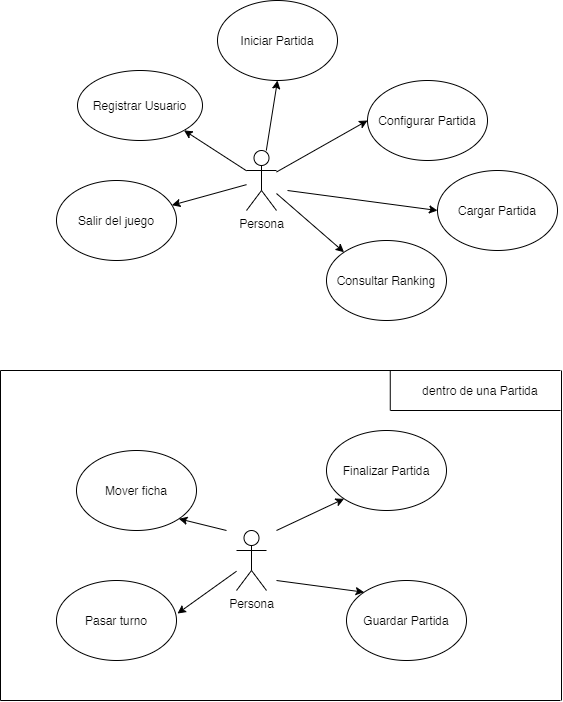
ashishcodess/Othello keeps this draw.io diagram as DOCS/diagrama_cas_us/diagrama_otelo-Casos de uso.png. Above is the earlier version. Source tidied: cells renumbered, new cells last; positions are measured from the earlier drawing's top-left corner, leaving out a move shared by most shapes. The source it was exported from:
```xml
<mxGraphModel>
  <root>
    <mxCell id="0" />
    <mxCell id="1" parent="0" />
    <mxCell id="2" value="Persona" style="shape=umlActor;verticalLabelPosition=bottom;verticalAlign=top;html=1;outlineConnect=0;" parent="1" vertex="1">
      <mxGeometry x="246" y="150" width="30" height="60" as="geometry" />
    </mxCell>
    <mxCell id="3" style="endArrow=classic;html=1;entryX=0.5;entryY=1;entryDx=0;entryDy=0;" parent="1" edge="1" source="2" target="4">
      <mxGeometry relative="1" as="geometry" />
    </mxCell>
    <mxCell id="4" value="Iniciar Partida" style="ellipse;whiteSpace=wrap;html=1;" parent="1" vertex="1">
      <mxGeometry x="217" width="120" height="80" as="geometry" />
    </mxCell>
    <mxCell id="5" style="endArrow=classic;html=1;entryX=0;entryY=0.5;entryDx=0;entryDy=0;" parent="1" edge="1" source="2" target="6">
      <mxGeometry relative="1" as="geometry" />
    </mxCell>
    <mxCell id="6" value="Configurar Partida" style="ellipse;whiteSpace=wrap;html=1;" parent="1" vertex="1">
      <mxGeometry x="367" y="80" width="120" height="80" as="geometry" />
    </mxCell>
    <mxCell id="7" value="Mover ficha" style="ellipse;whiteSpace=wrap;html=1;" parent="1" vertex="1">
      <mxGeometry x="76" y="450" width="120" height="80" as="geometry" />
    </mxCell>
    <mxCell id="8" value="Pasar turno" style="ellipse;whiteSpace=wrap;html=1;" parent="1" vertex="1">
      <mxGeometry x="56" y="580" width="120" height="80" as="geometry" />
    </mxCell>
    <mxCell id="9" value="Consultar Ranking" style="ellipse;whiteSpace=wrap;html=1;" parent="1" vertex="1">
      <mxGeometry x="326" y="240" width="120" height="80" as="geometry" />
    </mxCell>
    <mxCell id="10" value="Guardar Partida" style="ellipse;whiteSpace=wrap;html=1;" parent="1" vertex="1">
      <mxGeometry x="346" y="580" width="120" height="80" as="geometry" />
    </mxCell>
    <mxCell id="11" value="Salir del juego" style="ellipse;whiteSpace=wrap;html=1;" parent="1" vertex="1">
      <mxGeometry x="56" y="180" width="120" height="80" as="geometry" />
    </mxCell>
    <mxCell id="12" value="Registrar Usuario" style="ellipse;whiteSpace=wrap;html=1;" parent="1" vertex="1">
      <mxGeometry x="77" y="70" width="125" height="70" as="geometry" />
    </mxCell>
    <mxCell id="13" style="endArrow=classic;html=1;entryX=0;entryY=0;entryDx=0;entryDy=0;" parent="1" edge="1" source="2" target="9">
      <mxGeometry relative="1" as="geometry" />
    </mxCell>
    <mxCell id="14" style="endArrow=classic;html=1;entryX=1;entryY=1;entryDx=0;entryDy=0;" parent="1" edge="1" source="2" target="12">
      <mxGeometry relative="1" as="geometry" />
    </mxCell>
    <mxCell id="15" style="endArrow=classic;html=1;" parent="1" edge="1" source="2" target="11">
      <mxGeometry relative="1" as="geometry" />
    </mxCell>
    <mxCell id="16" value="Cargar Partida" style="ellipse;whiteSpace=wrap;html=1;" parent="1" vertex="1">
      <mxGeometry x="437" y="170" width="120" height="80" as="geometry" />
    </mxCell>
    <mxCell id="17" style="endArrow=classic;html=1;entryX=0;entryY=0.5;entryDx=0;entryDy=0;" parent="1" edge="1" target="16">
      <mxGeometry relative="1" as="geometry">
        <mxPoint x="287" y="190" as="sourcePoint" />
      </mxGeometry>
    </mxCell>
    <mxCell id="18" value="Finalizar Partida" style="ellipse;whiteSpace=wrap;html=1;" parent="1" vertex="1">
      <mxGeometry x="326" y="430" width="120" height="80" as="geometry" />
    </mxCell>
    <mxCell id="19" value="Persona" style="shape=umlActor;verticalLabelPosition=bottom;verticalAlign=top;html=1;outlineConnect=0;" parent="1" vertex="1">
      <mxGeometry x="236" y="530" width="30" height="60" as="geometry" />
    </mxCell>
    <mxCell id="20" style="endArrow=classic;html=1;entryX=0;entryY=1;entryDx=0;entryDy=0;" parent="1" edge="1" target="18">
      <mxGeometry relative="1" as="geometry">
        <mxPoint x="276" y="530" as="sourcePoint" />
      </mxGeometry>
    </mxCell>
    <mxCell id="21" style="endArrow=classic;html=1;entryX=0;entryY=0;entryDx=0;entryDy=0;" parent="1" edge="1" target="10">
      <mxGeometry relative="1" as="geometry">
        <mxPoint x="276" y="580" as="sourcePoint" />
      </mxGeometry>
    </mxCell>
    <mxCell id="22" style="endArrow=classic;html=1;entryX=1;entryY=1;entryDx=0;entryDy=0;" parent="1" edge="1" target="7">
      <mxGeometry relative="1" as="geometry">
        <mxPoint x="226" y="530" as="sourcePoint" />
      </mxGeometry>
    </mxCell>
    <mxCell id="23" style="endArrow=classic;html=1;entryX=1.008;entryY=0.413;entryDx=0;entryDy=0;entryPerimeter=0;" parent="1" edge="1" source="19" target="8">
      <mxGeometry relative="1" as="geometry" />
    </mxCell>
    <mxCell id="24" style="endArrow=none;html=1;" parent="1" edge="1">
      <mxGeometry relative="1" as="geometry">
        <mxPoint y="370" as="sourcePoint" />
        <mxPoint x="560" y="370" as="targetPoint" />
      </mxGeometry>
    </mxCell>
    <mxCell id="25" style="endArrow=none;html=1;" parent="1" edge="1">
      <mxGeometry relative="1" as="geometry">
        <mxPoint y="700" as="sourcePoint" />
        <mxPoint x="560" y="700" as="targetPoint" />
      </mxGeometry>
    </mxCell>
    <mxCell id="26" style="endArrow=none;html=1;" parent="1" edge="1">
      <mxGeometry relative="1" as="geometry">
        <mxPoint x="561" y="700" as="sourcePoint" />
        <mxPoint x="561" y="370" as="targetPoint" />
      </mxGeometry>
    </mxCell>
    <mxCell id="27" style="endArrow=none;html=1;" parent="1" edge="1">
      <mxGeometry relative="1" as="geometry">
        <mxPoint y="700" as="sourcePoint" />
        <mxPoint y="370" as="targetPoint" />
      </mxGeometry>
    </mxCell>
    <mxCell id="28" style="endArrow=none;html=1;" parent="1" edge="1">
      <mxGeometry relative="1" as="geometry">
        <mxPoint x="389.8" y="410" as="sourcePoint" />
        <mxPoint x="389.8" y="370" as="targetPoint" />
      </mxGeometry>
    </mxCell>
    <mxCell id="29" style="endArrow=none;html=1;" parent="1" edge="1">
      <mxGeometry relative="1" as="geometry">
        <mxPoint x="560" y="410" as="sourcePoint" />
        <mxPoint x="390" y="410" as="targetPoint" />
      </mxGeometry>
    </mxCell>
    <mxCell id="30" value="dentro de una Partida" style="text;html=1;strokeColor=none;fillColor=none;align=center;verticalAlign=middle;whiteSpace=wrap;rounded=0;" parent="1" vertex="1">
      <mxGeometry x="410" y="380" width="140" height="20" as="geometry" />
    </mxCell>
  </root>
</mxGraphModel>
```
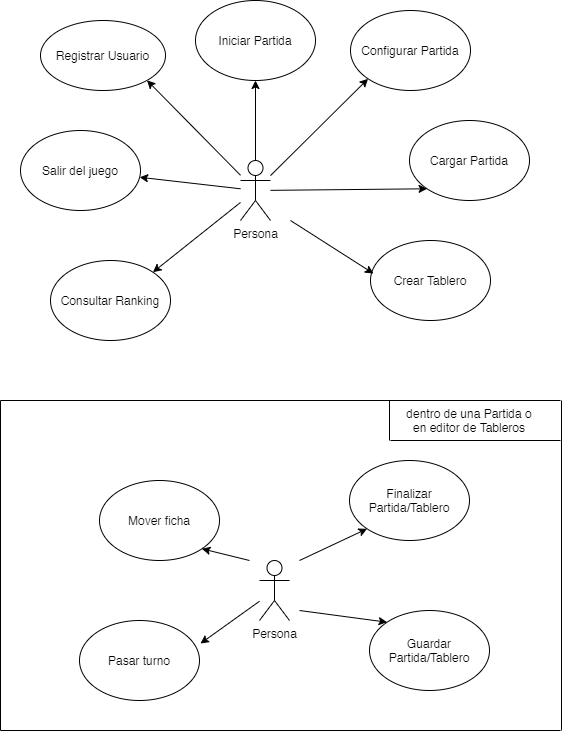
The same diagram one commit later.

Commit message:
Diagrama de casos uso modificado (falta revision de esto)

Diff of the diagram source:
```diff
@@ -3,39 +3,39 @@
     <mxCell id="0" />
     <mxCell id="1" parent="0" />
     <mxCell id="2" value="Persona" style="shape=umlActor;verticalLabelPosition=bottom;verticalAlign=top;html=1;outlineConnect=0;" parent="1" vertex="1">
-      <mxGeometry x="246" y="150" width="30" height="60" as="geometry" />
+      <mxGeometry x="220" y="120" width="30" height="60" as="geometry" />
     </mxCell>
     <mxCell id="3" style="endArrow=classic;html=1;entryX=0.5;entryY=1;entryDx=0;entryDy=0;" parent="1" edge="1" source="2" target="4">
       <mxGeometry relative="1" as="geometry" />
     </mxCell>
     <mxCell id="4" value="Iniciar Partida" style="ellipse;whiteSpace=wrap;html=1;" parent="1" vertex="1">
-      <mxGeometry x="217" width="120" height="80" as="geometry" />
+      <mxGeometry x="175" y="-40" width="120" height="80" as="geometry" />
     </mxCell>
-    <mxCell id="5" style="endArrow=classic;html=1;entryX=0;entryY=0.5;entryDx=0;entryDy=0;" parent="1" edge="1" source="2" target="6">
+    <mxCell id="5" style="endArrow=classic;html=1;entryX=0;entryY=1;entryDx=0;entryDy=0;" parent="1" edge="1" source="2" target="6">
       <mxGeometry relative="1" as="geometry" />
     </mxCell>
     <mxCell id="6" value="Configurar Partida" style="ellipse;whiteSpace=wrap;html=1;" parent="1" vertex="1">
-      <mxGeometry x="367" y="80" width="120" height="80" as="geometry" />
+      <mxGeometry x="330" y="-30" width="120" height="80" as="geometry" />
     </mxCell>
     <mxCell id="7" value="Mover ficha" style="ellipse;whiteSpace=wrap;html=1;" parent="1" vertex="1">
-      <mxGeometry x="76" y="450" width="120" height="80" as="geometry" />
+      <mxGeometry x="79" y="440" width="120" height="80" as="geometry" />
     </mxCell>
     <mxCell id="8" value="Pasar turno" style="ellipse;whiteSpace=wrap;html=1;" parent="1" vertex="1">
-      <mxGeometry x="56" y="580" width="120" height="80" as="geometry" />
+      <mxGeometry x="59" y="580" width="120" height="80" as="geometry" />
     </mxCell>
     <mxCell id="9" value="Consultar Ranking" style="ellipse;whiteSpace=wrap;html=1;" parent="1" vertex="1">
-      <mxGeometry x="326" y="240" width="120" height="80" as="geometry" />
+      <mxGeometry x="30" y="220" width="120" height="80" as="geometry" />
     </mxCell>
-    <mxCell id="10" value="Guardar Partida" style="ellipse;whiteSpace=wrap;html=1;" parent="1" vertex="1">
-      <mxGeometry x="346" y="580" width="120" height="80" as="geometry" />
+    <mxCell id="10" value="Guardar Partida/Tablero" style="ellipse;whiteSpace=wrap;html=1;" parent="1" vertex="1">
+      <mxGeometry x="349" y="570" width="120" height="80" as="geometry" />
     </mxCell>
     <mxCell id="11" value="Salir del juego" style="ellipse;whiteSpace=wrap;html=1;" parent="1" vertex="1">
-      <mxGeometry x="56" y="180" width="120" height="80" as="geometry" />
+      <mxGeometry y="90" width="120" height="80" as="geometry" />
     </mxCell>
     <mxCell id="12" value="Registrar Usuario" style="ellipse;whiteSpace=wrap;html=1;" parent="1" vertex="1">
-      <mxGeometry x="77" y="70" width="125" height="70" as="geometry" />
+      <mxGeometry x="20" y="-20" width="125" height="70" as="geometry" />
     </mxCell>
-    <mxCell id="13" style="endArrow=classic;html=1;entryX=0;entryY=0;entryDx=0;entryDy=0;" parent="1" edge="1" source="2" target="9">
+    <mxCell id="13" style="endArrow=classic;html=1;entryX=1;entryY=0;entryDx=0;entryDy=0;" parent="1" edge="1" source="2" target="9">
       <mxGeometry relative="1" as="geometry" />
     </mxCell>
     <mxCell id="14" style="endArrow=classic;html=1;entryX=1;entryY=1;entryDx=0;entryDy=0;" parent="1" edge="1" source="2" target="12">
@@ -45,75 +45,83 @@
       <mxGeometry relative="1" as="geometry" />
     </mxCell>
     <mxCell id="16" value="Cargar Partida" style="ellipse;whiteSpace=wrap;html=1;" parent="1" vertex="1">
-      <mxGeometry x="437" y="170" width="120" height="80" as="geometry" />
+      <mxGeometry x="389" y="80" width="120" height="80" as="geometry" />
     </mxCell>
-    <mxCell id="17" style="endArrow=classic;html=1;entryX=0;entryY=0.5;entryDx=0;entryDy=0;" parent="1" edge="1" target="16">
-      <mxGeometry relative="1" as="geometry">
-        <mxPoint x="287" y="190" as="sourcePoint" />
-      </mxGeometry>
+    <mxCell id="17" style="endArrow=classic;html=1;entryX=0;entryY=1;entryDx=0;entryDy=0;" parent="1" edge="1" source="2" target="16">
+      <mxGeometry relative="1" as="geometry" />
     </mxCell>
-    <mxCell id="18" value="Finalizar Partida" style="ellipse;whiteSpace=wrap;html=1;" parent="1" vertex="1">
-      <mxGeometry x="326" y="430" width="120" height="80" as="geometry" />
+    <mxCell id="18" value="Finalizar Partida/Tablero" style="ellipse;whiteSpace=wrap;html=1;" parent="1" vertex="1">
+      <mxGeometry x="329" y="420" width="120" height="80" as="geometry" />
     </mxCell>
     <mxCell id="19" value="Persona" style="shape=umlActor;verticalLabelPosition=bottom;verticalAlign=top;html=1;outlineConnect=0;" parent="1" vertex="1">
-      <mxGeometry x="236" y="530" width="30" height="60" as="geometry" />
+      <mxGeometry x="239" y="520" width="30" height="60" as="geometry" />
     </mxCell>
     <mxCell id="20" style="endArrow=classic;html=1;entryX=0;entryY=1;entryDx=0;entryDy=0;" parent="1" edge="1" target="18">
       <mxGeometry relative="1" as="geometry">
-        <mxPoint x="276" y="530" as="sourcePoint" />
+        <mxPoint x="279" y="520" as="sourcePoint" />
       </mxGeometry>
     </mxCell>
     <mxCell id="21" style="endArrow=classic;html=1;entryX=0;entryY=0;entryDx=0;entryDy=0;" parent="1" edge="1" target="10">
       <mxGeometry relative="1" as="geometry">
-        <mxPoint x="276" y="580" as="sourcePoint" />
+        <mxPoint x="279" y="570" as="sourcePoint" />
       </mxGeometry>
     </mxCell>
     <mxCell id="22" style="endArrow=classic;html=1;entryX=1;entryY=1;entryDx=0;entryDy=0;" parent="1" edge="1" target="7">
       <mxGeometry relative="1" as="geometry">
-        <mxPoint x="226" y="530" as="sourcePoint" />
+        <mxPoint x="229" y="520" as="sourcePoint" />
       </mxGeometry>
     </mxCell>
-    <mxCell id="23" style="endArrow=classic;html=1;entryX=1.008;entryY=0.413;entryDx=0;entryDy=0;entryPerimeter=0;" parent="1" edge="1" source="19" target="8">
-      <mxGeometry relative="1" as="geometry" />
+    <mxCell id="23" style="endArrow=classic;html=1;entryX=1.008;entryY=0.413;entryDx=0;entryDy=0;entryPerimeter=0;" parent="1" edge="1" source="19">
+      <mxGeometry relative="1" as="geometry">
+        <mxPoint x="180" y="603" as="targetPoint" />
+      </mxGeometry>
     </mxCell>
     <mxCell id="24" style="endArrow=none;html=1;" parent="1" edge="1">
       <mxGeometry relative="1" as="geometry">
-        <mxPoint y="370" as="sourcePoint" />
-        <mxPoint x="560" y="370" as="targetPoint" />
+        <mxPoint x="-20" y="360" as="sourcePoint" />
+        <mxPoint x="540" y="360" as="targetPoint" />
       </mxGeometry>
     </mxCell>
     <mxCell id="25" style="endArrow=none;html=1;" parent="1" edge="1">
       <mxGeometry relative="1" as="geometry">
-        <mxPoint y="700" as="sourcePoint" />
-        <mxPoint x="560" y="700" as="targetPoint" />
+        <mxPoint x="-20" y="690" as="sourcePoint" />
+        <mxPoint x="540" y="690" as="targetPoint" />
       </mxGeometry>
     </mxCell>
     <mxCell id="26" style="endArrow=none;html=1;" parent="1" edge="1">
       <mxGeometry relative="1" as="geometry">
-        <mxPoint x="561" y="700" as="sourcePoint" />
-        <mxPoint x="561" y="370" as="targetPoint" />
+        <mxPoint x="541" y="690" as="sourcePoint" />
+        <mxPoint x="541" y="360" as="targetPoint" />
       </mxGeometry>
     </mxCell>
     <mxCell id="27" style="endArrow=none;html=1;" parent="1" edge="1">
       <mxGeometry relative="1" as="geometry">
-        <mxPoint y="700" as="sourcePoint" />
-        <mxPoint y="370" as="targetPoint" />
+        <mxPoint x="-20" y="690" as="sourcePoint" />
+        <mxPoint x="-20" y="360" as="targetPoint" />
       </mxGeometry>
     </mxCell>
-    <mxCell id="28" style="endArrow=none;html=1;" parent="1" edge="1">
-      <mxGeometry relative="1" as="geometry">
-        <mxPoint x="389.8" y="410" as="sourcePoint" />
-        <mxPoint x="389.8" y="370" as="targetPoint" />
-      </mxGeometry>
-    </mxCell>
     <mxCell id="29" style="endArrow=none;html=1;" parent="1" edge="1">
       <mxGeometry relative="1" as="geometry">
-        <mxPoint x="560" y="410" as="sourcePoint" />
-        <mxPoint x="390" y="410" as="targetPoint" />
+        <mxPoint x="540" y="400" as="sourcePoint" />
+        <mxPoint x="370" y="400" as="targetPoint" />
       </mxGeometry>
     </mxCell>
-    <mxCell id="30" value="dentro de una Partida" style="text;html=1;strokeColor=none;fillColor=none;align=center;verticalAlign=middle;whiteSpace=wrap;rounded=0;" parent="1" vertex="1">
-      <mxGeometry x="410" y="380" width="140" height="20" as="geometry" />
+    <mxCell id="30" value="dentro de una Partida o en editor de Tableros" style="text;html=1;strokeColor=none;fillColor=none;align=center;verticalAlign=middle;whiteSpace=wrap;rounded=0;" parent="1" vertex="1">
+      <mxGeometry x="379" y="370" width="140" height="20" as="geometry" />
     </mxCell>
+    <mxCell id="31" style="endArrow=none;html=1;" parent="1" edge="1">
+      <mxGeometry relative="1" as="geometry">
+        <mxPoint x="369" y="400" as="sourcePoint" />
+        <mxPoint x="369" y="360" as="targetPoint" />
+      </mxGeometry>
+    </mxCell>
+    <mxCell id="32" value="Crear Tablero" style="ellipse;whiteSpace=wrap;html=1;" parent="1" vertex="1">
+      <mxGeometry x="350" y="200" width="120" height="80" as="geometry" />
+    </mxCell>
+    <mxCell id="33" style="endArrow=classic;html=1;entryX=0.025;entryY=0.413;entryDx=0;entryDy=0;entryPerimeter=0;" parent="1" edge="1" target="32">
+      <mxGeometry relative="1" as="geometry">
+        <mxPoint x="270" y="180" as="sourcePoint" />
+      </mxGeometry>
+    </mxCell>
   </root>
 </mxGraphModel>
```
